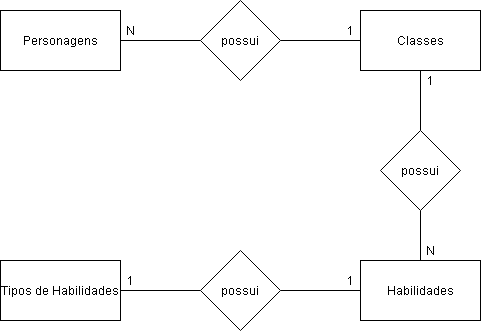
Above: Senai_HROADS_Manhã/Modelo conceitual HROADS.png in Danilo2503/Senai-Sprint_BD (draw.io), before the change. Source tidied: cells renumbered, new cells last; positions are measured from the earlier drawing's top-left corner, leaving out a move shared by most shapes.
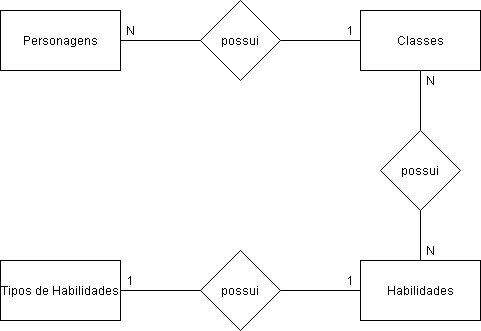
The same diagram one commit later.

Commit message:
Correção modelo conceitual e lógico

Diff of the diagram source:
```diff
@@ -35,7 +35,7 @@
     <mxCell id="12" value="possui" style="rhombus;whiteSpace=wrap;html=1;" parent="1" vertex="1">
       <mxGeometry x="380" y="130" width="80" height="80" as="geometry" />
     </mxCell>
-    <mxCell id="13" value="1" style="text;html=1;align=center;verticalAlign=middle;" parent="1" vertex="1">
+    <mxCell id="13" value="N" style="text;html=1;align=center;verticalAlign=middle;" parent="1" vertex="1">
       <mxGeometry x="420" y="70" width="20" height="20" as="geometry" />
     </mxCell>
     <mxCell id="14" value="N" style="text;html=1;align=center;verticalAlign=middle;" parent="1" vertex="1">
```
